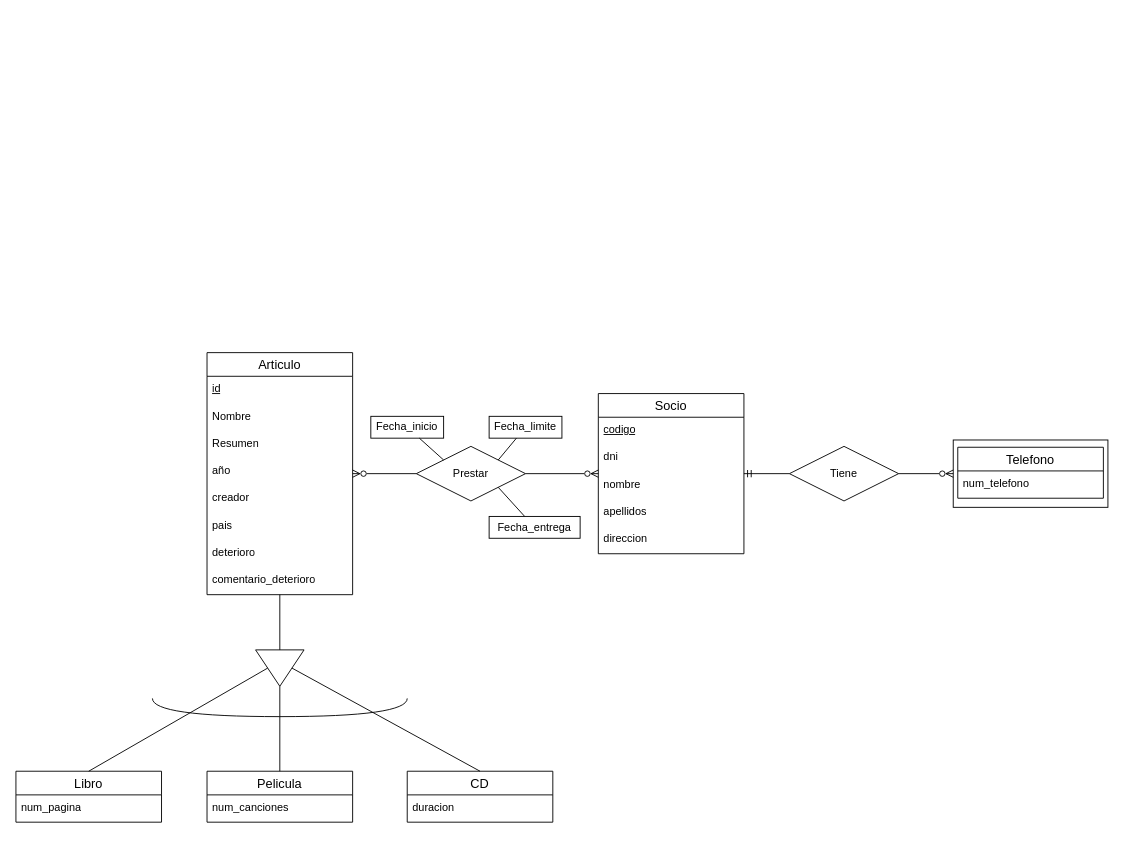
Earlier version of the draw.io diagram TA12Ej6.drawio (AlejandroCara/acr-tsys-modeloER-drawio-1110). Source tidied: cells renumbered, new cells numbered last; positions are measured from the earlier drawing's top-left corner, leaving out a move shared by most shapes. Both pictures are drawn from the tidied source at 91%, with x=0, y=0 at pixel (15, 352).
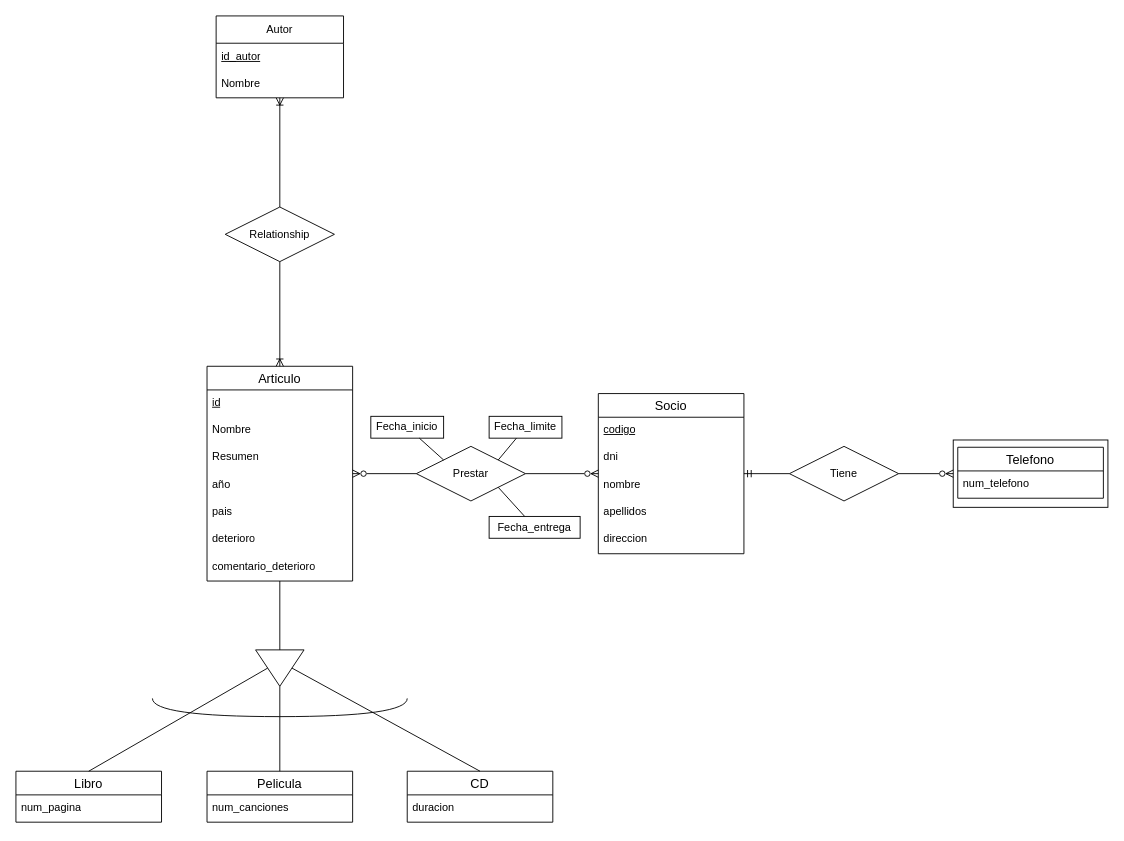
Above is the later version.

The edit, as a diff of the source:
```diff
@@
     <mxCell id="14" value="Articulo" style="swimlane;fontStyle=0;horizontal=1;startSize=26;align=center;fontSize=14;" parent="1" vertex="1">
-      <mxGeometry x="210" width="160" height="266" as="geometry" />
+      <mxGeometry x="210" y="15" width="160" height="236" as="geometry" />
     </mxCell>
@@
-    <mxCell id="19" value="creador" style="text;strokeColor=none;fillColor=none;spacingLeft=4;spacingRight=4;overflow=hidden;fontSize=12;whiteSpace=wrap;html=1;" parent="14" vertex="1">
-      <mxGeometry y="146" width="160" height="30" as="geometry" />
-    </mxCell>
     <mxCell id="20" value="pais" style="text;strokeColor=none;fillColor=none;spacingLeft=4;spacingRight=4;overflow=hidden;fontSize=12;whiteSpace=wrap;html=1;" parent="14" vertex="1">
-      <mxGeometry y="176" width="160" height="30" as="geometry" />
+      <mxGeometry y="146" width="160" height="30" as="geometry" />
     </mxCell>
     <mxCell id="21" value="deterioro" style="text;strokeColor=none;fillColor=none;spacingLeft=4;spacingRight=4;overflow=hidden;fontSize=12;whiteSpace=wrap;html=1;" parent="14" vertex="1">
-      <mxGeometry y="206" width="160" height="30" as="geometry" />
+      <mxGeometry y="176" width="160" height="30" as="geometry" />
     </mxCell>
     <mxCell id="22" value="comentario_deterioro" style="text;strokeColor=none;fillColor=none;spacingLeft=4;spacingRight=4;overflow=hidden;fontSize=12;whiteSpace=wrap;html=1;" parent="14" vertex="1">
-      <mxGeometry y="236" width="160" height="30" as="geometry" />
+      <mxGeometry y="206" width="160" height="30" as="geometry" />
     </mxCell>
@@
+    <mxCell id="44" value="Autor" style="swimlane;fontStyle=0;horizontal=1;startSize=30;whiteSpace=wrap;html=1;" parent="1" vertex="1">
+      <mxGeometry x="220" y="-370" width="140" height="90" as="geometry" />
+    </mxCell>
+    <mxCell id="45" value="&lt;u&gt;id_autor&lt;/u&gt;" style="text;strokeColor=none;fillColor=none;align=left;verticalAlign=middle;spacingLeft=4;spacingRight=4;overflow=hidden;whiteSpace=wrap;html=1;" parent="44" vertex="1">
+      <mxGeometry y="30" width="140" height="30" as="geometry" />
+    </mxCell>
+    <mxCell id="46" value="Nombre" style="text;strokeColor=none;fillColor=none;align=left;verticalAlign=middle;spacingLeft=4;spacingRight=4;overflow=hidden;whiteSpace=wrap;html=1;" parent="44" vertex="1">
+      <mxGeometry y="60" width="140" height="30" as="geometry" />
+    </mxCell>
+    <mxCell id="47" style="edgeStyle=orthogonalEdgeStyle;rounded=0;jettySize=auto;html=1;endArrow=ERoneToMany;endFill=0;" parent="1" edge="1" source="49" target="44">
+      <mxGeometry relative="1" as="geometry" />
+    </mxCell>
+    <mxCell id="48" style="edgeStyle=orthogonalEdgeStyle;rounded=0;jettySize=auto;html=1;endArrow=ERoneToMany;endFill=0;" parent="1" edge="1" source="49" target="14">
+      <mxGeometry relative="1" as="geometry" />
+    </mxCell>
+    <mxCell id="49" value="Relationship" style="shape=rhombus;perimeter=rhombusPerimeter;whiteSpace=wrap;html=1;align=center;" parent="1" vertex="1">
+      <mxGeometry x="230" y="-160" width="120" height="60" as="geometry" />
+    </mxCell>
```
